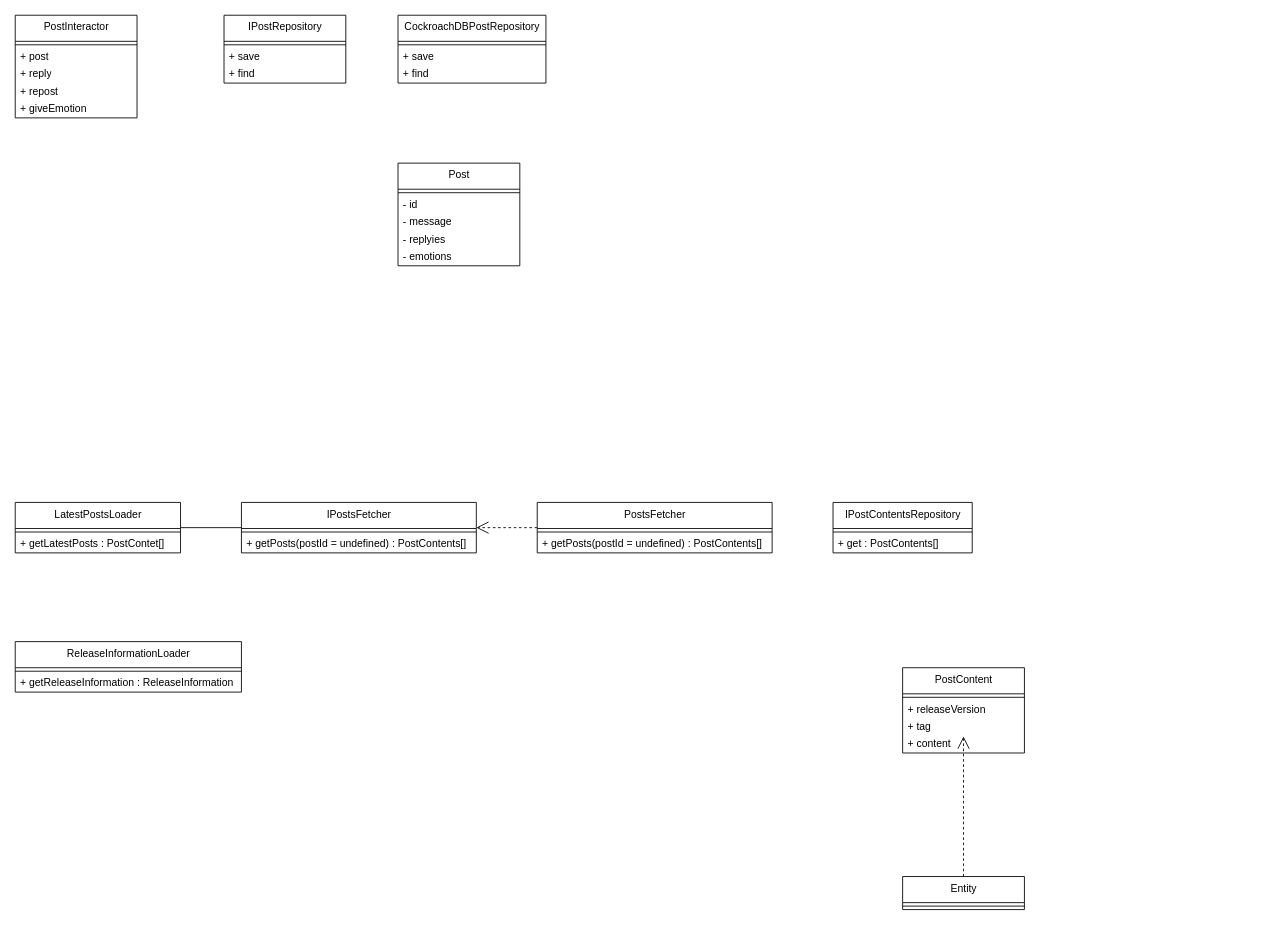
The draw.io diagram page "PostModule" (6 of 6) of ff14-sns.drawio in Mouwf/FF14SNS, before the edit. Source tidied: cells renumbered, new cells numbered last; positions are measured from the earlier drawing's top-left corner, leaving out a move shared by most shapes. Both pictures are drawn from the tidied source at 87%, with x=0, y=0 at pixel (15, 15).
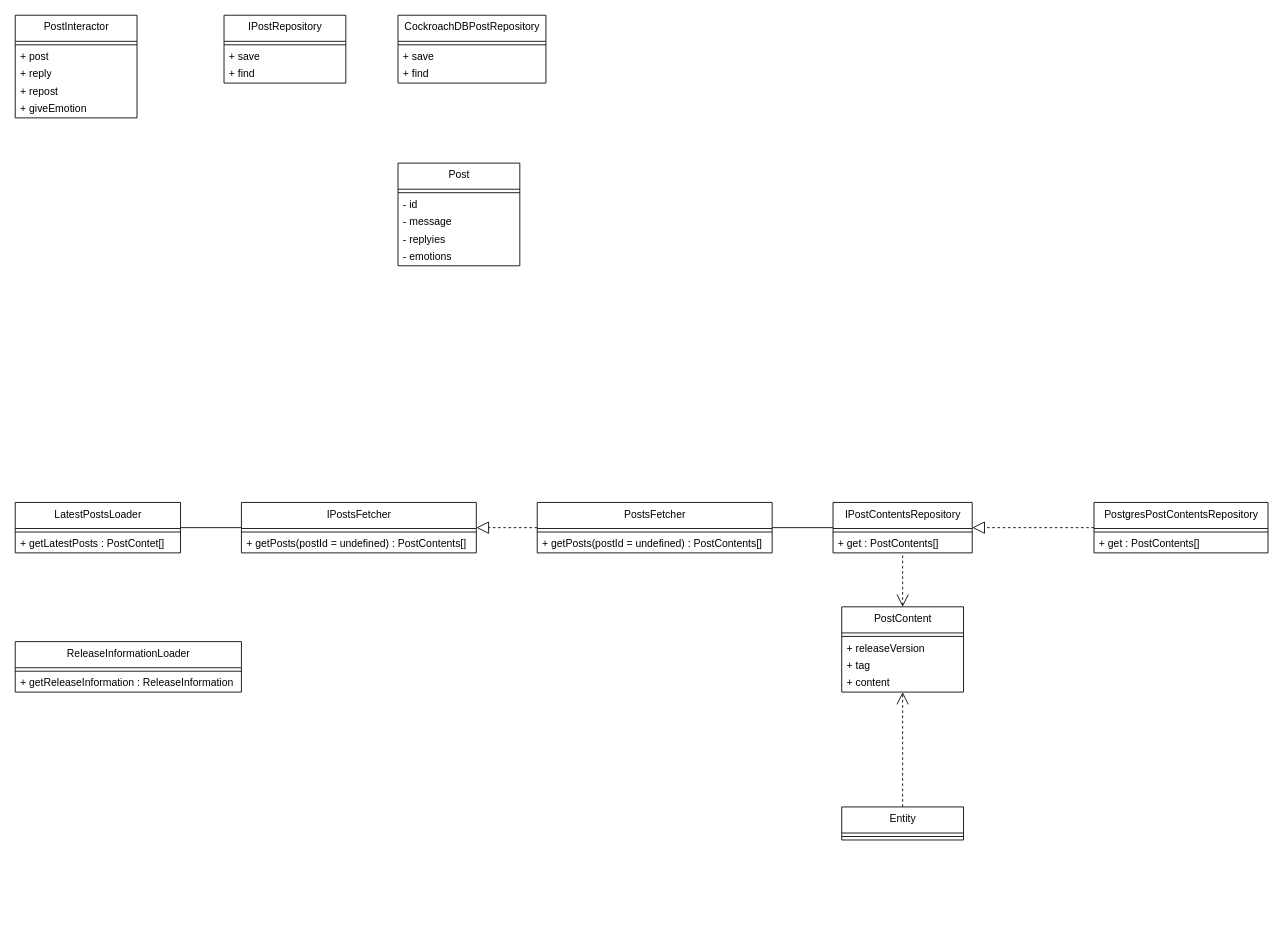
After the change.

Unchanged cells that the change refers to:
```xml
<mxCell id="29" value="IPostsFetcher" style="swimlane;fontStyle=0;align=center;verticalAlign=top;horizontal=1;startSize=30;html=1;" parent="1" vertex="1">
  <mxGeometry x="260" y="560" width="270" height="58" as="geometry" />
</mxCell>
<mxCell id="33" value="PostsFetcher" style="swimlane;fontStyle=0;align=center;verticalAlign=top;horizontal=1;startSize=30;html=1;" parent="1" vertex="1">
  <mxGeometry x="600" y="560" width="270" height="58" as="geometry" />
</mxCell>
<mxCell id="36" value="IPostContentsRepository" style="swimlane;fontStyle=0;align=center;verticalAlign=top;horizontal=1;startSize=30;html=1;" parent="1" vertex="1">
  <mxGeometry x="940" y="560" width="160" height="58" as="geometry" />
</mxCell>
<mxCell id="38" value="+ get&amp;nbsp;: PostContents[]" style="text;html=1;strokeColor=none;fillColor=none;align=left;verticalAlign=middle;spacingLeft=4;spacingRight=4;overflow=hidden;points=[[0,0.5],[1,0.5]];portConstraint=eastwest;" parent="36" vertex="1">
  <mxGeometry y="38" width="160" height="20" as="geometry" />
</mxCell>
<mxCell id="42" value="+&amp;nbsp;tag" style="text;html=1;strokeColor=none;fillColor=none;align=left;verticalAlign=middle;spacingLeft=4;spacingRight=4;overflow=hidden;points=[[0,0.5],[1,0.5]];portConstraint=eastwest;" parent="39" vertex="1">
  <mxGeometry y="58" width="140" height="20" as="geometry" />
</mxCell>
<mxCell id="43" value="+&amp;nbsp;content" style="text;html=1;strokeColor=none;fillColor=none;align=left;verticalAlign=middle;spacingLeft=4;spacingRight=4;overflow=hidden;points=[[0,0.5],[1,0.5]];portConstraint=eastwest;" parent="39" vertex="1">
  <mxGeometry y="78" width="140" height="20" as="geometry" />
</mxCell>
```

The edit, as a diff of the source:
```diff
@@
-    <mxCell id="32" style="edgeStyle=none;html=1;exitX=0;exitY=0.5;exitDx=0;exitDy=0;entryX=1;entryY=0.5;entryDx=0;entryDy=0;endArrow=open;endFill=0;dashed=1;endSize=12;" parent="1" edge="1" source="33" target="29">
+    <mxCell id="32" style="edgeStyle=none;html=1;exitX=0;exitY=0.5;exitDx=0;exitDy=0;entryX=1;entryY=0.5;entryDx=0;entryDy=0;endArrow=block;endFill=0;dashed=1;endSize=12;" parent="1" edge="1" source="33" target="29">
       <mxGeometry relative="1" as="geometry" />
     </mxCell>
+    <mxCell id="47" style="edgeStyle=none;html=1;exitX=1;exitY=0.5;exitDx=0;exitDy=0;entryX=0;entryY=0.5;entryDx=0;entryDy=0;endArrow=none;endFill=0;endSize=12;" parent="1" edge="1" source="33" target="36">
+      <mxGeometry relative="1" as="geometry" />
+    </mxCell>
@@
     <mxCell id="39" value="PostContent" style="swimlane;fontStyle=0;align=center;verticalAlign=top;horizontal=1;startSize=30;html=1;" parent="1" vertex="1">
-      <mxGeometry x="1020" y="750" width="140" height="98" as="geometry" />
+      <mxGeometry x="950" y="680" width="140" height="98" as="geometry" />
     </mxCell>
@@
-    <mxCell id="44" style="edgeStyle=none;html=1;exitX=0.5;exitY=0;exitDx=0;exitDy=0;entryX=0.5;entryY=1.05;entryDx=0;entryDy=0;entryPerimeter=0;endArrow=open;endFill=0;endSize=12;dashed=1;" parent="1" edge="1" source="45" target="42">
+    <mxCell id="44" style="edgeStyle=none;html=1;exitX=0.5;exitY=0;exitDx=0;exitDy=0;endArrow=open;endFill=0;endSize=12;dashed=1;" parent="1" edge="1" source="45" target="43">
       <mxGeometry relative="1" as="geometry" />
     </mxCell>
     <mxCell id="45" value="Entity" style="swimlane;fontStyle=0;align=center;verticalAlign=top;horizontal=1;startSize=30;html=1;" parent="1" vertex="1">
-      <mxGeometry x="1020" y="990" width="140" height="38" as="geometry" />
+      <mxGeometry x="950" y="910" width="140" height="38" as="geometry" />
     </mxCell>
@@
+    <mxCell id="48" style="edgeStyle=none;html=1;entryX=0.5;entryY=0;entryDx=0;entryDy=0;dashed=1;endArrow=open;endFill=0;endSize=12;exitX=0.5;exitY=1.15;exitDx=0;exitDy=0;exitPerimeter=0;" parent="1" edge="1" source="38" target="39">
+      <mxGeometry relative="1" as="geometry" />
+    </mxCell>
+    <mxCell id="49" style="edgeStyle=none;html=1;exitX=0;exitY=0.5;exitDx=0;exitDy=0;entryX=1;entryY=0.5;entryDx=0;entryDy=0;endArrow=block;endFill=0;endSize=12;dashed=1;" parent="1" edge="1" source="50" target="36">
+      <mxGeometry relative="1" as="geometry" />
+    </mxCell>
+    <mxCell id="50" value="PostgresPostContentsRepository" style="swimlane;fontStyle=0;align=center;verticalAlign=top;horizontal=1;startSize=30;html=1;" parent="1" vertex="1">
+      <mxGeometry x="1240" y="560" width="200" height="58" as="geometry" />
+    </mxCell>
+    <mxCell id="51" style="line;strokeWidth=1;fillColor=none;align=left;verticalAlign=middle;spacingTop=-1;spacingLeft=3;spacingRight=3;labelPosition=right;" parent="50" vertex="1">
+      <mxGeometry y="30" width="200" height="8" as="geometry" />
+    </mxCell>
+    <mxCell id="52" value="+ get&amp;nbsp;: PostContents[]" style="text;html=1;strokeColor=none;fillColor=none;align=left;verticalAlign=middle;spacingLeft=4;spacingRight=4;overflow=hidden;" parent="50" vertex="1">
+      <mxGeometry y="38" width="200" height="20" as="geometry" />
+    </mxCell>
```
